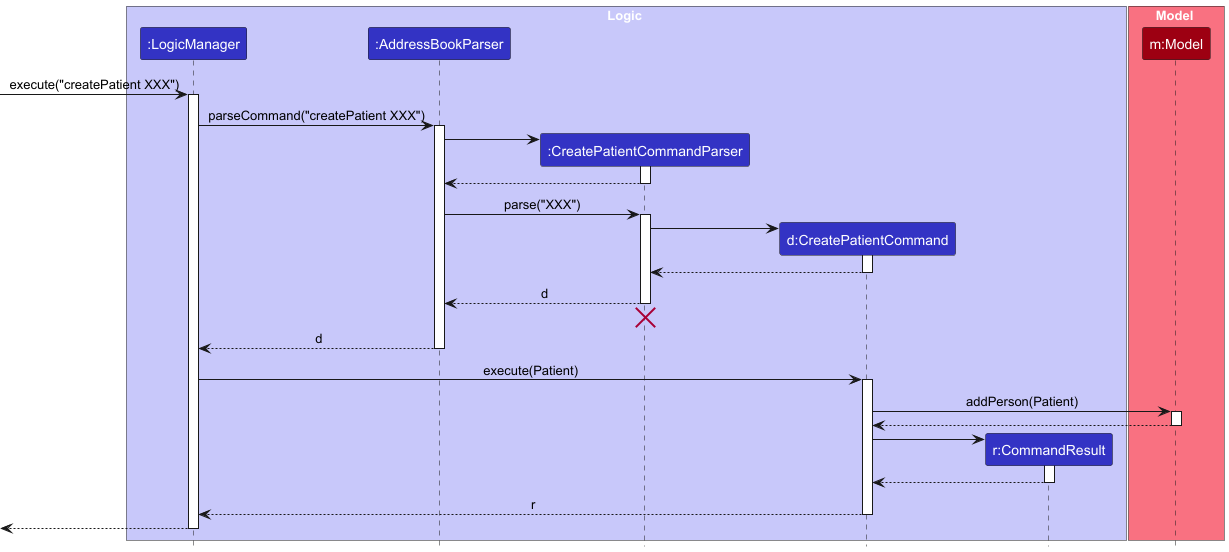
This is docs/images/CreatePatientCommand-Logic.png from nus-cs2103-AY2425S1/tp, a PlantUML export, as it was before one commit.
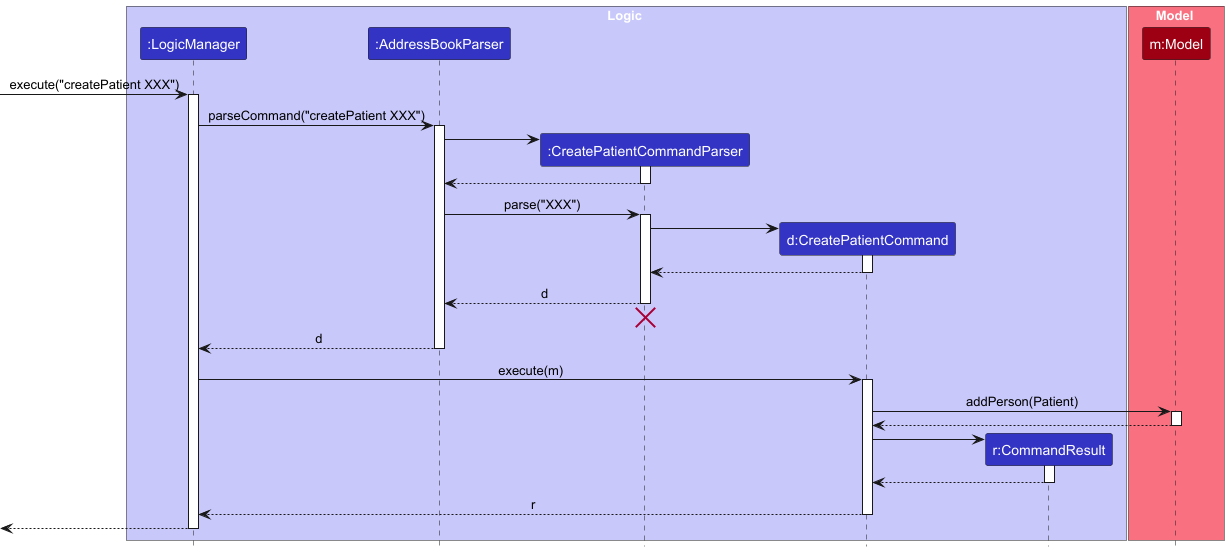
The same diagram one commit later.

Commit message:
Commit Subject: MedDict: update terminology and adjust sequence diagram for CreatePatientCommand

The edit, as a diff of the source:
```diff
@@ -45,7 +45,7 @@
 AddressBookParser --> LogicManager : d
 deactivate AddressBookParser
 
-LogicManager -> CreatePatientCommand : execute(Patient)
+LogicManager -> CreatePatientCommand : execute(m)
 activate CreatePatientCommand
 
 CreatePatientCommand -> Model : addPerson(Patient)
```
